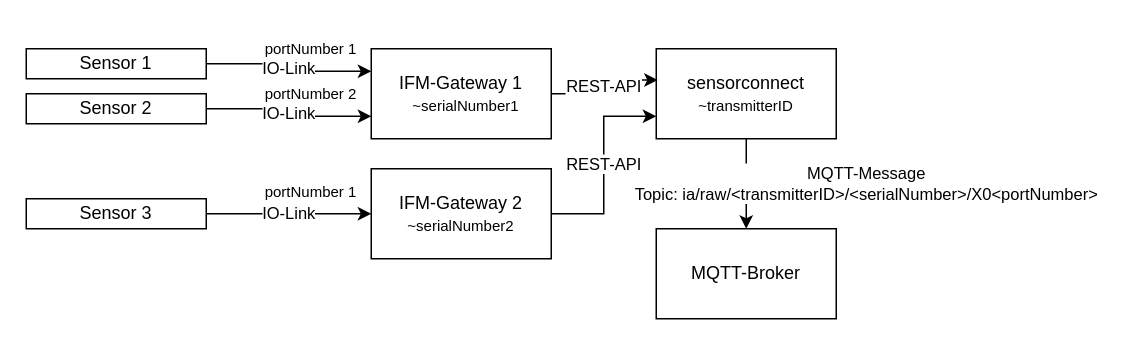
This is docs/content/en/docs/Developers/factorycube-edge/sensorconnect/sensorconnectOverview.drawio from united-manufacturing-hub/united-manufacturing-hub, a draw.io file, before an edit. Source tidied: cells renumbered, new cells numbered last; positions are measured from the earlier drawing's top-left corner, leaving out a move shared by most shapes. Both pictures are drawn from the tidied source at 150%, with x=0, y=0 at pixel (26, 26).
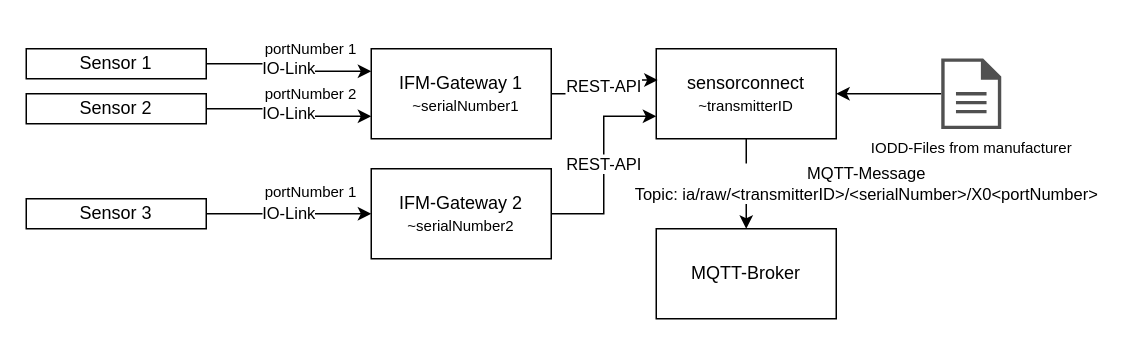
The same diagram, later.

The change refers to these unchanged cells:
```xml
<mxCell id="3" value="sensorconnect&lt;br&gt;&lt;font style=&quot;font-size: 10px&quot;&gt;~transmitterID&lt;/font&gt;" style="rounded=0;whiteSpace=wrap;html=1;" parent="1" vertex="1">
  <mxGeometry x="420" y="15" width="120" height="60" as="geometry" />
</mxCell>
```

The edit, as a diff of the source:
```diff
@@
+    <mxCell id="18" style="edgeStyle=orthogonalEdgeStyle;rounded=0;jettySize=auto;html=1;fontSize=10;entryX=1;entryY=0.5;entryDx=0;entryDy=0;" parent="1" edge="1" source="19" target="3">
+      <mxGeometry relative="1" as="geometry">
+        <Array as="points">
+          <mxPoint x="590" y="45" />
+          <mxPoint x="590" y="45" />
+        </Array>
+      </mxGeometry>
+    </mxCell>
+    <mxCell id="19" value="IODD-Files from manufacturer" style="sketch=0;shadow=0;dashed=0;html=1;strokeColor=none;fillColor=#505050;labelPosition=center;verticalLabelPosition=bottom;verticalAlign=top;outlineConnect=0;align=center;shape=mxgraph.office.concepts.document;fontSize=10;" parent="1" vertex="1">
+      <mxGeometry x="610" y="21.5" width="40" height="47" as="geometry" />
+    </mxCell>
```
